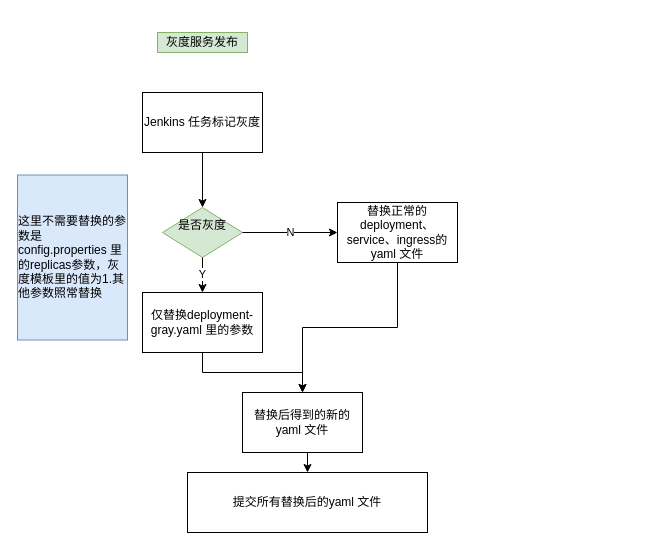
Before: page 1 of 2 of k8s灰度发布.drawio in guozhihua/draw.io, a draw.io diagram. Source tidied: cells renumbered, new cells numbered last; positions are measured from the earlier drawing's top-left corner, leaving out a move shared by most shapes. Both pictures are drawn from the tidied source at 100%, with x=0, y=0 at pixel (17, 32).
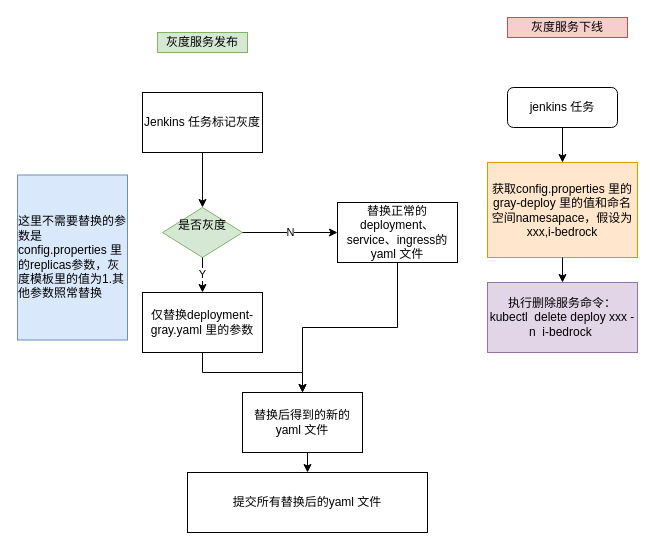
The same diagram, later.

What changed in the source:
```diff
@@
+    <mxCell id="18" style="group;" parent="1" vertex="1">
+      <mxGeometry x="470" y="-15" width="150" height="335" as="geometry" />
+    </mxCell>
+    <mxCell id="19" value="jenkins 任务" style="rounded=1;whiteSpace=wrap;html=1;" parent="18" vertex="1">
+      <mxGeometry x="20" y="70" width="110" height="40" as="geometry" />
+    </mxCell>
+    <mxCell id="20" value="灰度服务下线" style="text;html=1;strokeColor=#b85450;fillColor=#f8cecc;align=center;verticalAlign=middle;whiteSpace=wrap;rounded=0;" parent="18" vertex="1">
+      <mxGeometry x="20" width="120" height="20" as="geometry" />
+    </mxCell>
+    <mxCell id="21" value="获取config.properties 里的gray-deploy 里的值和命名空间namesapace，假设为xxx,i-bedrock" style="rounded=0;whiteSpace=wrap;html=1;fillColor=#ffe6cc;strokeColor=#d79b00;" parent="18" vertex="1">
+      <mxGeometry y="145" width="150" height="95" as="geometry" />
+    </mxCell>
+    <mxCell id="22" style="edgeStyle=orthogonalEdgeStyle;rounded=0;jettySize=auto;html=1;exitX=0.5;exitY=1;exitDx=0;exitDy=0;entryX=0.5;entryY=0;entryDx=0;entryDy=0;" parent="18" edge="1" source="19" target="21">
+      <mxGeometry relative="1" as="geometry" />
+    </mxCell>
+    <mxCell id="23" value="执行删除服务命令：&lt;br&gt;kubectl&amp;nbsp; delete deploy xxx -n&amp;nbsp; i-bedrock&amp;nbsp;&lt;br&gt;" style="rounded=0;whiteSpace=wrap;html=1;fillColor=#e1d5e7;strokeColor=#9673a6;" parent="18" vertex="1">
+      <mxGeometry y="265" width="150" height="70" as="geometry" />
+    </mxCell>
+    <mxCell id="24" style="edgeStyle=orthogonalEdgeStyle;rounded=0;jettySize=auto;html=1;exitX=0.5;exitY=1;exitDx=0;exitDy=0;entryX=0.5;entryY=0;entryDx=0;entryDy=0;" parent="18" edge="1" source="21" target="23">
+      <mxGeometry relative="1" as="geometry" />
+    </mxCell>
```
